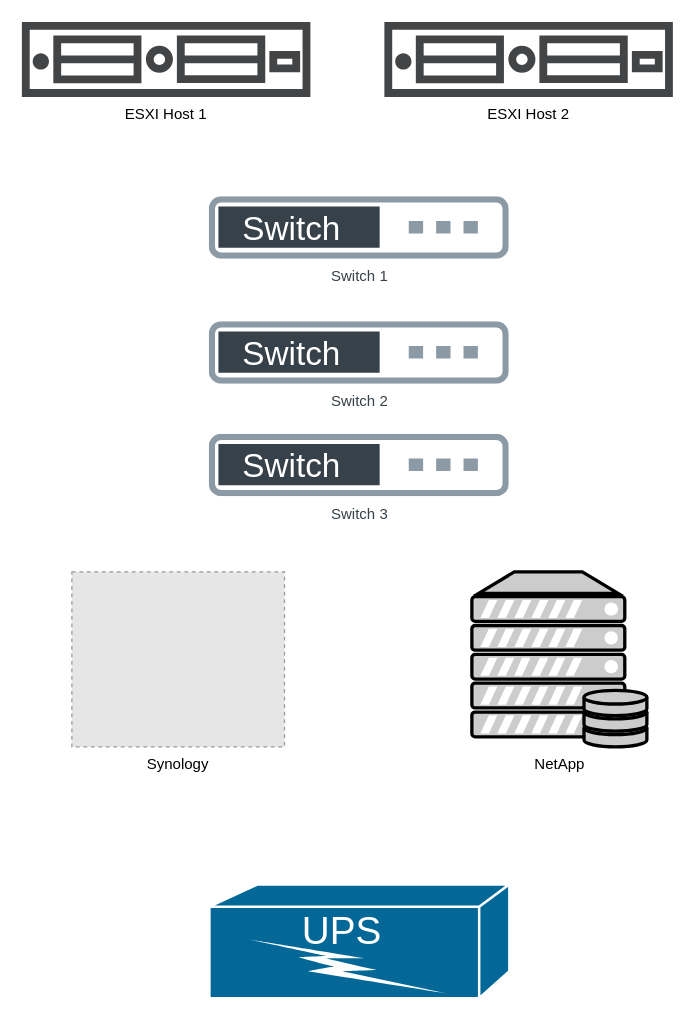
calebcoverdale/drawdiagrams keeps this draw.io diagram as basic.drawio. Above is the earlier version. Source tidied: cells renumbered, new cells numbered last; positions are measured from the earlier drawing's top-left corner, leaving out a move shared by most shapes. Both pictures are drawn from the tidied source at 125%, with x=0, y=0 at pixel (21, 21). Pictures stored in the file or linked from it are replaced by grey dashed boxes.
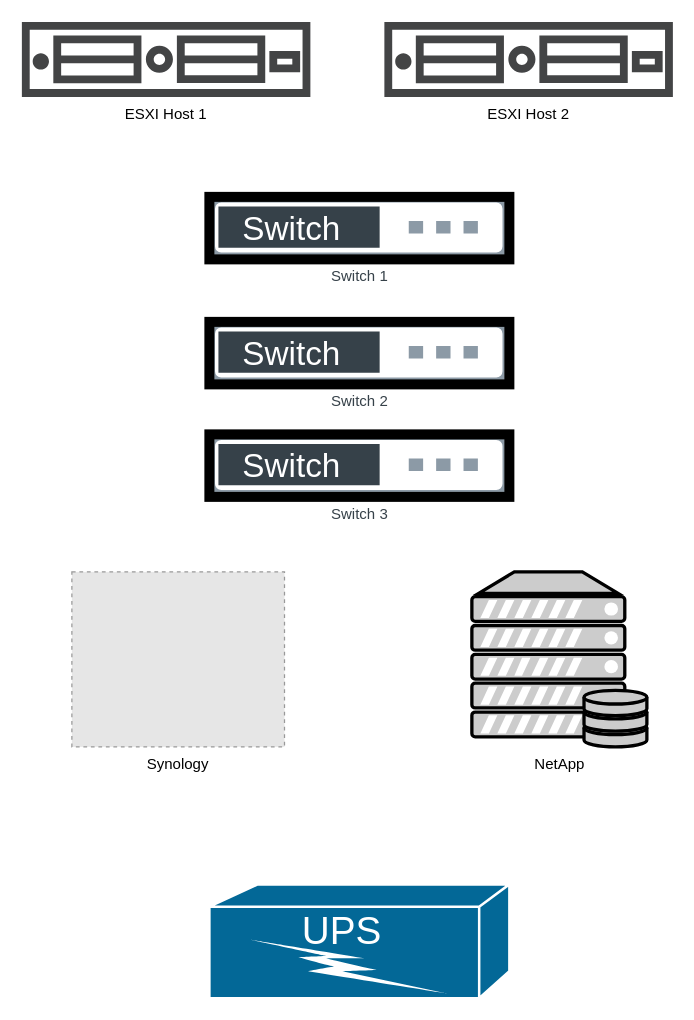
The same page after the edit.

Diff of the diagram source:
```diff
@@
 <mxGraphModel background="#ffffff">
   <root>
     <mxCell id="0" />
     <mxCell id="1" parent="0" />
     <mxCell id="2" value="ESXI Host 1" style="shadow=0;dashed=0;html=1;strokeColor=none;fillColor=#434445;labelPosition=center;verticalLabelPosition=bottom;verticalAlign=top;align=center;shape=mxgraph.vvd.server;" parent="1" vertex="1">
       <mxGeometry width="230.8" height="60" as="geometry" />
     </mxCell>
     <mxCell id="3" value="ESXI Host 2" style="shadow=0;dashed=0;html=1;strokeColor=none;fillColor=#434445;labelPosition=center;verticalLabelPosition=bottom;verticalAlign=top;align=center;shape=mxgraph.vvd.server;" parent="1" vertex="1">
       <mxGeometry x="290" width="230.8" height="60" as="geometry" />
     </mxCell>
-    <mxCell id="4" value="Switch 1" style="perimeter=ellipsePerimeter;html=1;align=center;fontSize=12;verticalAlign=top;fontColor=#364149;shadow=0;dashed=0;image;image=img/lib/cumulus/switch.svg;" parent="1" vertex="1">
+    <mxCell id="4" value="Switch 1" style="perimeter=ellipsePerimeter;html=1;align=center;fontSize=12;verticalAlign=top;fontColor=#364149;shadow=0;dashed=0;image;image=img/lib/cumulus/switch.svg;imageBorder=#000000;strokeWidth=8;" parent="1" vertex="1">
       <mxGeometry x="150" y="140" width="240" height="50" as="geometry" />
     </mxCell>
-    <mxCell id="5" value="Switch 2" style="perimeter=ellipsePerimeter;html=1;align=center;fontSize=12;verticalAlign=top;fontColor=#364149;shadow=0;dashed=0;image;image=img/lib/cumulus/switch.svg;" parent="1" vertex="1">
+    <mxCell id="5" value="Switch 2" style="perimeter=ellipsePerimeter;html=1;align=center;fontSize=12;verticalAlign=top;fontColor=#364149;shadow=0;dashed=0;image;image=img/lib/cumulus/switch.svg;imageBorder=#000000;strokeWidth=8;" parent="1" vertex="1">
       <mxGeometry x="150" y="240" width="240" height="50" as="geometry" />
     </mxCell>
-    <mxCell id="6" value="Switch 3" style="perimeter=ellipsePerimeter;html=1;align=center;fontSize=12;verticalAlign=top;fontColor=#364149;shadow=0;dashed=0;image;image=img/lib/cumulus/switch.svg;" parent="1" vertex="1">
+    <mxCell id="6" value="Switch 3" style="perimeter=ellipsePerimeter;html=1;align=center;fontSize=12;verticalAlign=top;fontColor=#364149;shadow=0;dashed=0;image;image=img/lib/cumulus/switch.svg;strokeWidth=8;imageBorder=#000000;" parent="1" vertex="1">
       <mxGeometry x="150" y="330" width="240" height="50" as="geometry" />
     </mxCell>
     <mxCell id="7" value="&lt;font color=&quot;#000000&quot;&gt;NetApp&lt;/font&gt;" style="fontColor=#0066CC;verticalAlign=top;verticalLabelPosition=bottom;labelPosition=center;align=center;html=1;fillColor=#CCCCCC;gradientColor=none;gradientDirection=north;strokeWidth=2;shape=mxgraph.networks.server_storage;" parent="1" vertex="1">
       <mxGeometry x="360" y="440" width="140" height="140" as="geometry" />
     </mxCell>
     <mxCell id="8" value="Synology" style="fillColor=#E6E6E6;strokeColor=#999999;dashed=1;verticalLabelPosition=bottom;verticalAlign=top;" parent="1" vertex="1">
       <mxGeometry x="40" y="440" width="170.1" height="140" as="geometry" />
     </mxCell>
     <mxCell id="9" style="shape=mxgraph.cisco.misc.ups;html=1;dashed=0;fillColor=#036897;strokeColor=#ffffff;strokeWidth=2;verticalLabelPosition=bottom;verticalAlign=top;align=center;" parent="1" vertex="1">
       <mxGeometry x="150" y="690" width="240" height="91" as="geometry" />
     </mxCell>
   </root>
 </mxGraphModel>
```
